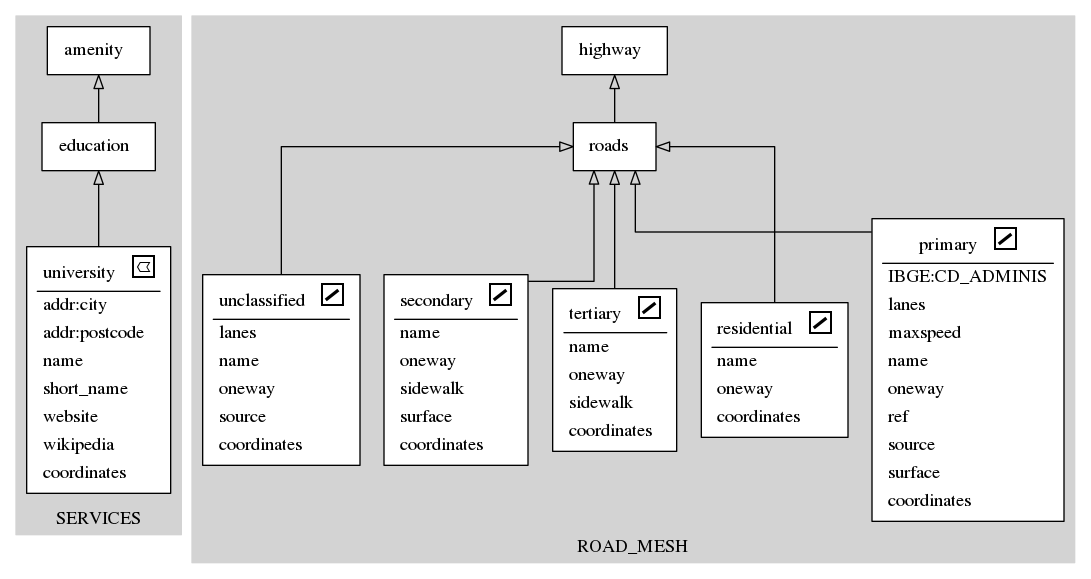
Earlier version of the Graphviz export schema.gv.png (vinisperandio/OSM2Diagram_optmizated). Its source is kept beside it as schema.gv.
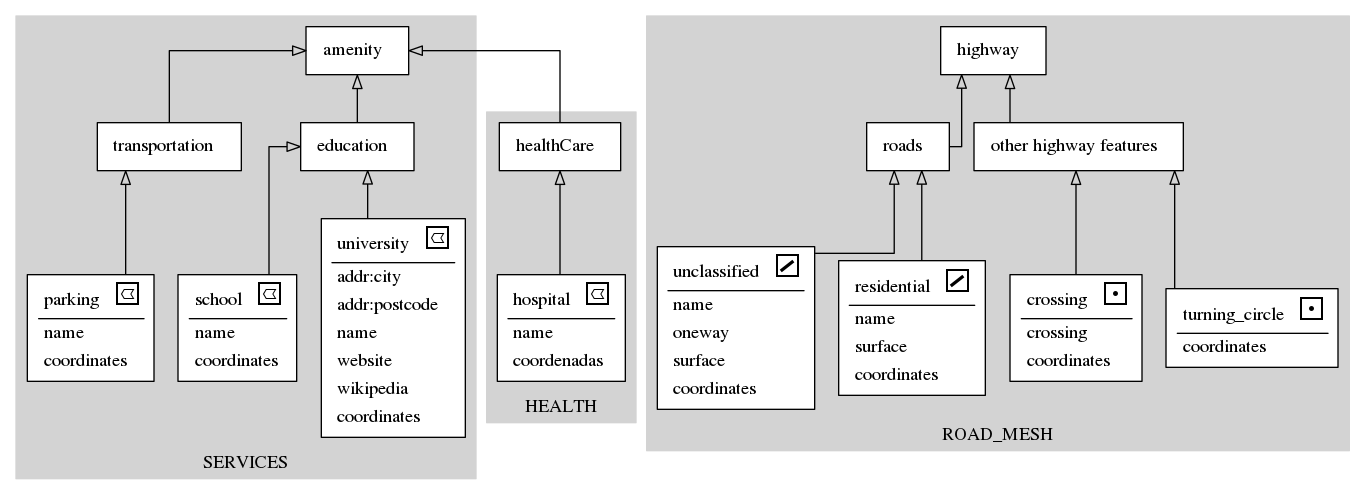
The same diagram one commit later.

Commit message:
TAG NODE OK

The edit, as a diff of the source:
```diff
@@ -21,9 +21,6 @@
 				<TD align="left">name</TD>
 			 </TR>
 			<TR>
-				<TD align="left">short_name</TD>
-			 </TR>
-			<TR>
 				<TD align="left">website</TD>
 			 </TR>
 			<TR>
@@ -42,49 +39,26 @@
 		2[style = "filled, bold" penwidth = "1" fillcolor="white" label=<
 			<TABLE color="black" border="0">
 			 <TR>
-				<TD align="center"><font color="black">education</font>  </TD>
-			</TR>
-			</TABLE>>]
-	}
-	subgraph cluster_HEALTH {
-		node [color=black style=filled]
-		color=lightgrey style=filled
-		label=HEALTH
-	}
-	subgraph cluster_ROAD_MESH {
-		node [color=black style=filled]
-		color=lightgrey style=filled
-		label=ROAD_MESH
-		3[style = "filled, bold" penwidth = "1" fillcolor="white" label=<
-			<TABLE color="black" border="0">
-			 <TR>
-				<TD align="center"><font color="black">primary</font>
-				<font FACE="sigmoda" POINT-SIZE="20.0"> w</font></TD>
+				<TD align="center"><font color="black">school</font>
+				<font FACE="sigmoda" POINT-SIZE="20.0"> e</font></TD>
 			</TR>
 			<hr/>
-			<TR>
-				<TD align="left">IBGE:CD_ADMINIS</TD>
-			 </TR>
-			<TR>
-				<TD align="left">lanes</TD>
-			 </TR>
-			<TR>
-				<TD align="left">maxspeed</TD>
-			 </TR>
 			<TR>
 				<TD align="left">name</TD>
 			 </TR>
 			<TR>
-				<TD align="left">oneway</TD>
+				<TD align="left">coordinates</TD>
 			 </TR>
+			</TABLE>>]
+		3[style = "filled, bold" penwidth = "1" fillcolor="white" label=<
+			<TABLE color="black" border="0">
+			 <TR>
+				<TD align="center"><font color="black">parking</font>
+				<font FACE="sigmoda" POINT-SIZE="20.0"> e</font></TD>
+			</TR>
+			<hr/>
 			<TR>
-				<TD align="left">ref</TD>
-			 </TR>
-			<TR>
-				<TD align="left">source</TD>
-			 </TR>
-			<TR>
-				<TD align="left">surface</TD>
+				<TD align="left">name</TD>
 			 </TR>
 			<TR>
 				<TD align="left">coordinates</TD>
@@ -93,10 +67,77 @@
 		4[style = "filled, bold" penwidth = "1" fillcolor="white" label=<
 			<TABLE color="black" border="0">
 			 <TR>
+				<TD align="center"><font color="black">education</font>  </TD>
+			</TR>
+			</TABLE>>]
+		5[style = "filled, bold" penwidth = "1" fillcolor="white" label=<
+			<TABLE color="black" border="0">
+			 <TR>
+				<TD align="center"><font color="black">transportation</font>  </TD>
+			</TR>
+			</TABLE>>]
+	}
+	subgraph cluster_HEALTH {
+		node [color=black style=filled]
+		color=lightgrey style=filled
+		label=HEALTH
+		6[style = "filled, bold" penwidth = "1" fillcolor="white" label=<
+			<TABLE color="black" border="0">
+			 <TR>
+				<TD align="center"><font color="black">hospital</font>
+				<font FACE="sigmoda" POINT-SIZE="20.0"> e</font></TD>
+			</TR>
+			<hr/>
+			<TR>
+				<TD align="left">name</TD>
+			 </TR>
+			<TR>
+				<TD align="left">coordenadas</TD>
+			 </TR>
+			</TABLE>>]
+		7[style = "filled, bold" penwidth = "1" fillcolor="white" label=<
+			<TABLE color="black" border="0">
+			 <TR>
+				<TD align="center"><font color="black">healthCare</font>  </TD>
+			</TR>
+			</TABLE>>]
+	}
+	subgraph cluster_ROAD_MESH {
+		node [color=black style=filled]
+		color=lightgrey style=filled
+		label=ROAD_MESH
+		8[style = "filled, bold" penwidth = "1" fillcolor="white" label=<
+			<TABLE color="black" border="0">
+			 <TR>
+				<TD align="center"><font color="black">turning_circle</font>
+				<font FACE="sigmoda" POINT-SIZE="20.0"> b</font></TD>
+			</TR>
+			<hr/>
+			<TR>
+				<TD align="left">coordinates</TD>
+			 </TR>
+			</TABLE>>]
+		9[style = "filled, bold" penwidth = "1" fillcolor="white" label=<
+			<TABLE color="black" border="0">
+			 <TR>
 				<TD align="center"><font color="black">highway</font>  </TD>
 			</TR>
 			</TABLE>>]
-		5[style = "filled, bold" penwidth = "1" fillcolor="white" label=<
+		10[style = "filled, bold" penwidth = "1" fillcolor="white" label=<
+			<TABLE color="black" border="0">
+			 <TR>
+				<TD align="center"><font color="black">crossing</font>
+				<font FACE="sigmoda" POINT-SIZE="20.0"> b</font></TD>
+			</TR>
+			<hr/>
+			<TR>
+				<TD align="left">crossing</TD>
+			 </TR>
+			<TR>
+				<TD align="left">coordinates</TD>
+			 </TR>
+			</TABLE>>]
+		11[style = "filled, bold" penwidth = "1" fillcolor="white" label=<
 			<TABLE color="black" border="0">
 			 <TR>
 				<TD align="center"><font color="black">residential</font>
@@ -107,16 +148,16 @@
 				<TD align="left">name</TD>
 			 </TR>
 			<TR>
-				<TD align="left">oneway</TD>
+				<TD align="left">surface</TD>
 			 </TR>
 			<TR>
 				<TD align="left">coordinates</TD>
 			 </TR>
 			</TABLE>>]
-		6[style = "filled, bold" penwidth = "1" fillcolor="white" label=<
+		12[style = "filled, bold" penwidth = "1" fillcolor="white" label=<
 			<TABLE color="black" border="0">
 			 <TR>
-				<TD align="center"><font color="black">tertiary</font>
+				<TD align="center"><font color="black">unclassified</font>
 				<font FACE="sigmoda" POINT-SIZE="20.0"> w</font></TD>
 			</TR>
 			<hr/>
@@ -127,73 +168,38 @@
 				<TD align="left">oneway</TD>
 			 </TR>
 			<TR>
-				<TD align="left">sidewalk</TD>
-			 </TR>
-			<TR>
-				<TD align="left">coordinates</TD>
-			 </TR>
-			</TABLE>>]
-		7[style = "filled, bold" penwidth = "1" fillcolor="white" label=<
-			<TABLE color="black" border="0">
-			 <TR>
-				<TD align="center"><font color="black">secondary</font>
-				<font FACE="sigmoda" POINT-SIZE="20.0"> w</font></TD>
-			</TR>
-			<hr/>
-			<TR>
-				<TD align="left">name</TD>
-			 </TR>
-			<TR>
-				<TD align="left">oneway</TD>
-			 </TR>
-			<TR>
-				<TD align="left">sidewalk</TD>
-			 </TR>
-			<TR>
 				<TD align="left">surface</TD>
 			 </TR>
 			<TR>
 				<TD align="left">coordinates</TD>
 			 </TR>
 			</TABLE>>]
-		8[style = "filled, bold" penwidth = "1" fillcolor="white" label=<
+		13[style = "filled, bold" penwidth = "1" fillcolor="white" label=<
 			<TABLE color="black" border="0">
 			 <TR>
-				<TD align="center"><font color="black">unclassified</font>
-				<font FACE="sigmoda" POINT-SIZE="20.0"> w</font></TD>
+				<TD align="center"><font color="black">other highway features</font>  </TD>
 			</TR>
-			<hr/>
-			<TR>
-				<TD align="left">lanes</TD>
-			 </TR>
-			<TR>
-				<TD align="left">name</TD>
-			 </TR>
-			<TR>
-				<TD align="left">oneway</TD>
-			 </TR>
-			<TR>
-				<TD align="left">source</TD>
-			 </TR>
-			<TR>
-				<TD align="left">coordinates</TD>
-			 </TR>
 			</TABLE>>]
-		9[style = "filled, bold" penwidth = "1" fillcolor="white" label=<
+		14[style = "filled, bold" penwidth = "1" fillcolor="white" label=<
 			<TABLE color="black" border="0">
 			 <TR>
 				<TD align="center"><font color="black">roads</font>  </TD>
 			</TR>
 			</TABLE>>]
 	}
-		0 -> 2[arrowhead=onormal]
-		2 -> 1[arrowhead=onormal]
-		3 -> 9[arrowhead=onormal]
-		5 -> 9[arrowhead=onormal]
-		6 -> 9[arrowhead=onormal]
-		7 -> 9[arrowhead=onormal]
-		8 -> 9[arrowhead=onormal]
-		9 -> 4[arrowhead=onormal]
+		0 -> 4[arrowhead=onormal]
+		2 -> 4[arrowhead=onormal]
+		3 -> 5[arrowhead=onormal]
+		4 -> 1[arrowhead=onormal]
+		5 -> 1[arrowhead=onormal]
+		6 -> 7[arrowhead=onormal]
+		7 -> 1[arrowhead=onormal]
+		8 -> 13[arrowhead=onormal]
+		10 -> 13[arrowhead=onormal]
+		11 -> 14[arrowhead=onormal]
+		12 -> 14[arrowhead=onormal]
+		13 -> 9[arrowhead=onormal]
+		14 -> 9[arrowhead=onormal]
 	rankdir=BT
 	splines=ortho
 }
```
